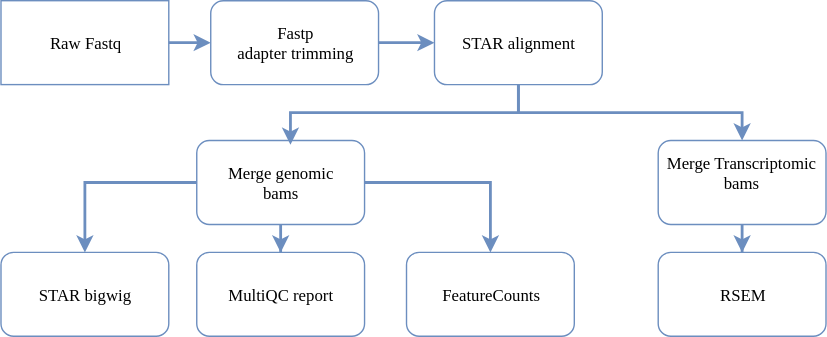
Earlier version of the draw.io export images/transcriptome.svg (imperial-genomics-facility/igf-pipeline-help). Source tidied: cells renumbered, new cells last; positions are measured from the earlier drawing's top-left corner, leaving out a move shared by most shapes.
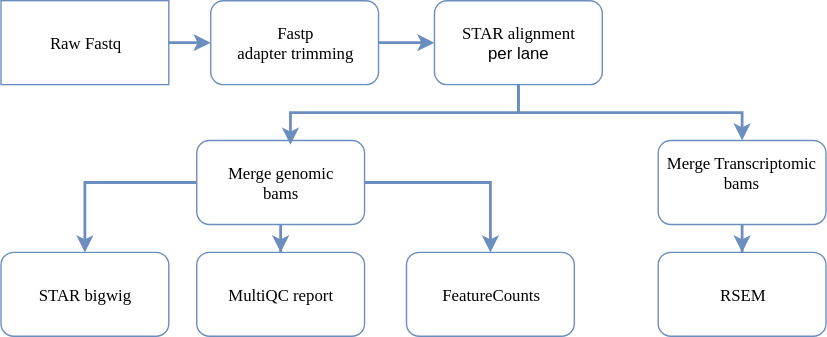
The same diagram one commit later.

The edit, as a diff of the source:
```diff
@@ -20,7 +20,7 @@
     <mxCell id="7" style="edgeStyle=orthogonalEdgeStyle;rounded=0;html=1;exitX=0.5;exitY=1;jettySize=auto;strokeWidth=2;fillColor=#dae8fc;strokeColor=#6c8ebf;" parent="1" edge="1" source="8" target="14">
       <mxGeometry relative="1" as="geometry" />
     </mxCell>
-    <mxCell id="8" value="&lt;font face=&quot;Lucida Console&quot;&gt;STAR alignment&lt;/font&gt;" style="rounded=1;whiteSpace=wrap;html=1;fillColor=none;strokeColor=#6c8ebf;" parent="1" vertex="1">
+    <mxCell id="8" value="&lt;font face=&quot;Lucida Console&quot;&gt;STAR alignment&lt;/font&gt;&lt;br&gt;per lane" style="rounded=1;whiteSpace=wrap;html=1;fillColor=none;strokeColor=#6c8ebf;" parent="1" vertex="1">
       <mxGeometry x="310" width="120" height="60" as="geometry" />
     </mxCell>
     <mxCell id="9" style="edgeStyle=orthogonalEdgeStyle;rounded=0;html=1;jettySize=auto;strokeWidth=2;fillColor=#dae8fc;strokeColor=#6c8ebf;" parent="1" edge="1" source="12" target="15">
```
